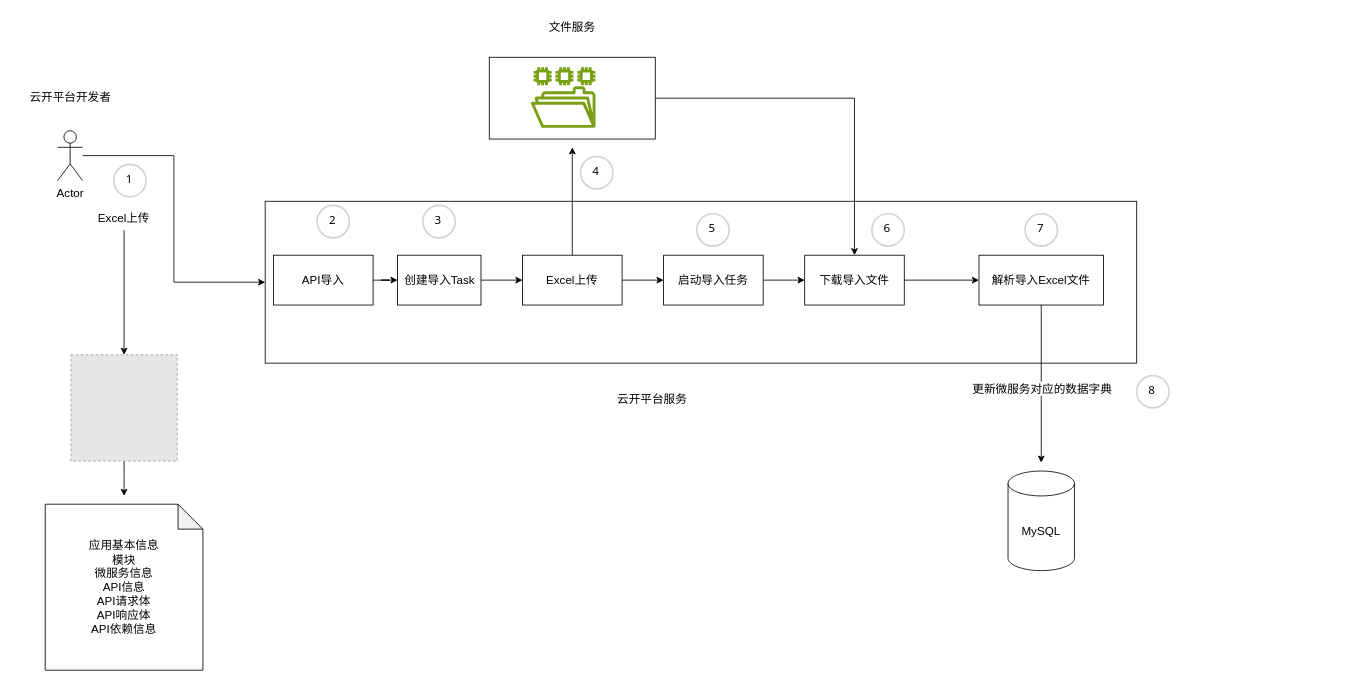
Earlier version of the draw.io diagram 迁移工具API导入流程.drawio (strongant/android). Source tidied: cells renumbered, new cells numbered last; positions are measured from the earlier drawing's top-left corner, leaving out a move shared by most shapes. Both pictures are drawn from the tidied source at 83%, with x=0, y=0 at pixel (14, 14). Pictures stored in the file or linked from it are replaced by grey dashed boxes.
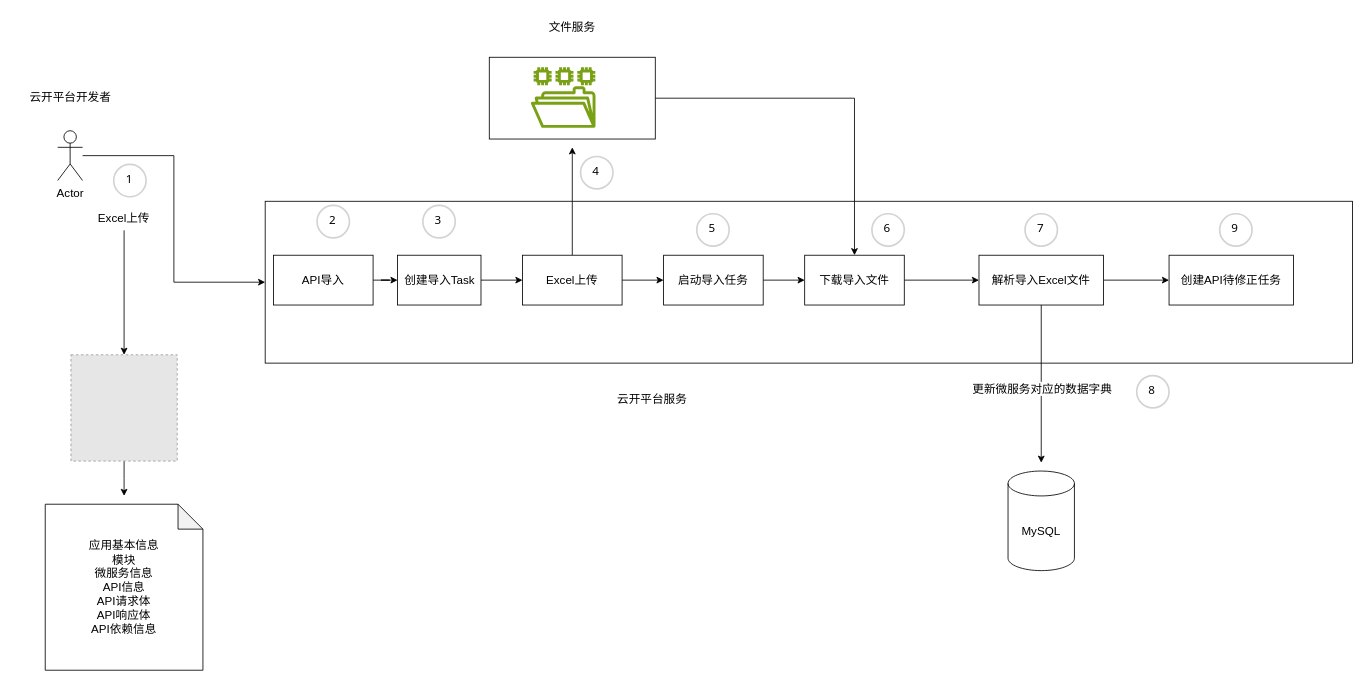
After the change.

Commit message:
Update 迁移工具API导入流程.drawio

The change refers to these unchanged cells:
```xml
<mxCell id="32" value="解析导入Excel文件" style="rounded=0;whiteSpace=wrap;html=1;fontSize=14;" parent="1" vertex="1">
  <mxGeometry x="1162" y="290" width="150" height="60" as="geometry" />
</mxCell>
```

What changed in the source:
```diff
@@
     <mxCell id="2" style="rounded=0;whiteSpace=wrap;html=1;fontSize=14;" parent="1" vertex="1">
-      <mxGeometry x="302" y="225" width="1050" height="195" as="geometry" />
+      <mxGeometry x="302" y="225" width="1310" height="195" as="geometry" />
     </mxCell>
@@
+    <mxCell id="39" style="edgeStyle=orthogonalEdgeStyle;rounded=0;jettySize=auto;html=1;" parent="1" edge="1" source="32" target="40">
+      <mxGeometry relative="1" as="geometry" />
+    </mxCell>
@@
+    <mxCell id="40" value="创建API待修正任务" style="rounded=0;whiteSpace=wrap;html=1;fontSize=14;" parent="1" vertex="1">
+      <mxGeometry x="1391" y="290" width="150" height="60" as="geometry" />
+    </mxCell>
+    <mxCell id="41" value="9" style="ellipse;whiteSpace=wrap;html=1;strokeWidth=2;fontFamily=Tahoma;spacingBottom=4;spacingRight=2;strokeColor=#d3d3d3;fontSize=14;" parent="1" vertex="1">
+      <mxGeometry x="1452" y="240" width="39" height="39" as="geometry" />
+    </mxCell>
```
